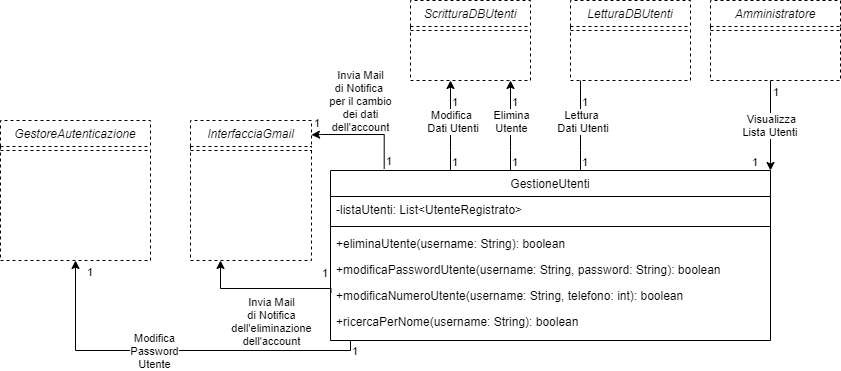
The draw.io diagram UML/Diagrammi Classi/DiagrammaClassiModerazione.png in G15-UniTN/iSpesa, before a commit. Source tidied: cells renumbered, new cells last; positions are measured from the earlier drawing's top-left corner, leaving out a move shared by most shapes.
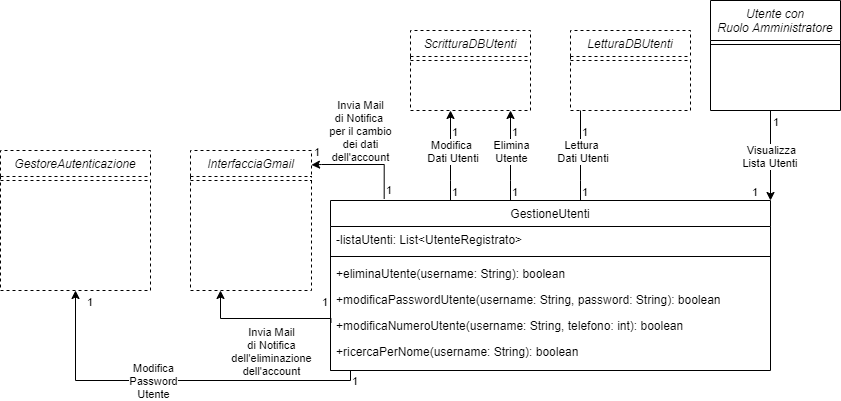
Later version of the same file.

The edit, as a diff of the source:
```diff
@@ -35,11 +35,11 @@
     <mxCell id="12" style="line;html=1;strokeWidth=1;align=left;verticalAlign=middle;spacingTop=-1;spacingLeft=3;spacingRight=3;labelPosition=right;dashed=1;" parent="11" vertex="1">
       <mxGeometry y="26" width="150" height="8" as="geometry" />
     </mxCell>
-    <mxCell id="13" value="Amministratore" style="swimlane;fontStyle=2;align=center;verticalAlign=top;horizontal=1;startSize=26;rounded=0;shadow=0;strokeWidth=1;dashed=1;" parent="1" vertex="1">
-      <mxGeometry x="710" width="130" height="80" as="geometry" />
+    <mxCell id="13" value="Utente con &#10;Ruolo Amministratore" style="swimlane;fontStyle=2;align=center;verticalAlign=top;horizontal=1;startSize=40;rounded=0;shadow=0;strokeWidth=1;" parent="1" vertex="1">
+      <mxGeometry x="710" y="-30" width="130" height="110" as="geometry" />
     </mxCell>
-    <mxCell id="14" style="line;html=1;strokeWidth=1;align=left;verticalAlign=middle;spacingTop=-1;spacingLeft=3;spacingRight=3;labelPosition=right;dashed=1;" parent="13" vertex="1">
-      <mxGeometry y="26" width="130" height="8" as="geometry" />
+    <mxCell id="14" style="line;html=1;strokeWidth=1;align=left;verticalAlign=middle;spacingTop=-1;spacingLeft=3;spacingRight=3;labelPosition=right;" parent="13" vertex="1">
+      <mxGeometry y="40" width="130" height="8" as="geometry" />
     </mxCell>
     <mxCell id="15" value="LetturaDBUtenti" style="swimlane;fontStyle=2;align=center;verticalAlign=top;horizontal=1;startSize=26;rounded=0;shadow=0;strokeWidth=1;dashed=1;" parent="1" vertex="1">
       <mxGeometry x="570" width="120" height="80" as="geometry" />
```
